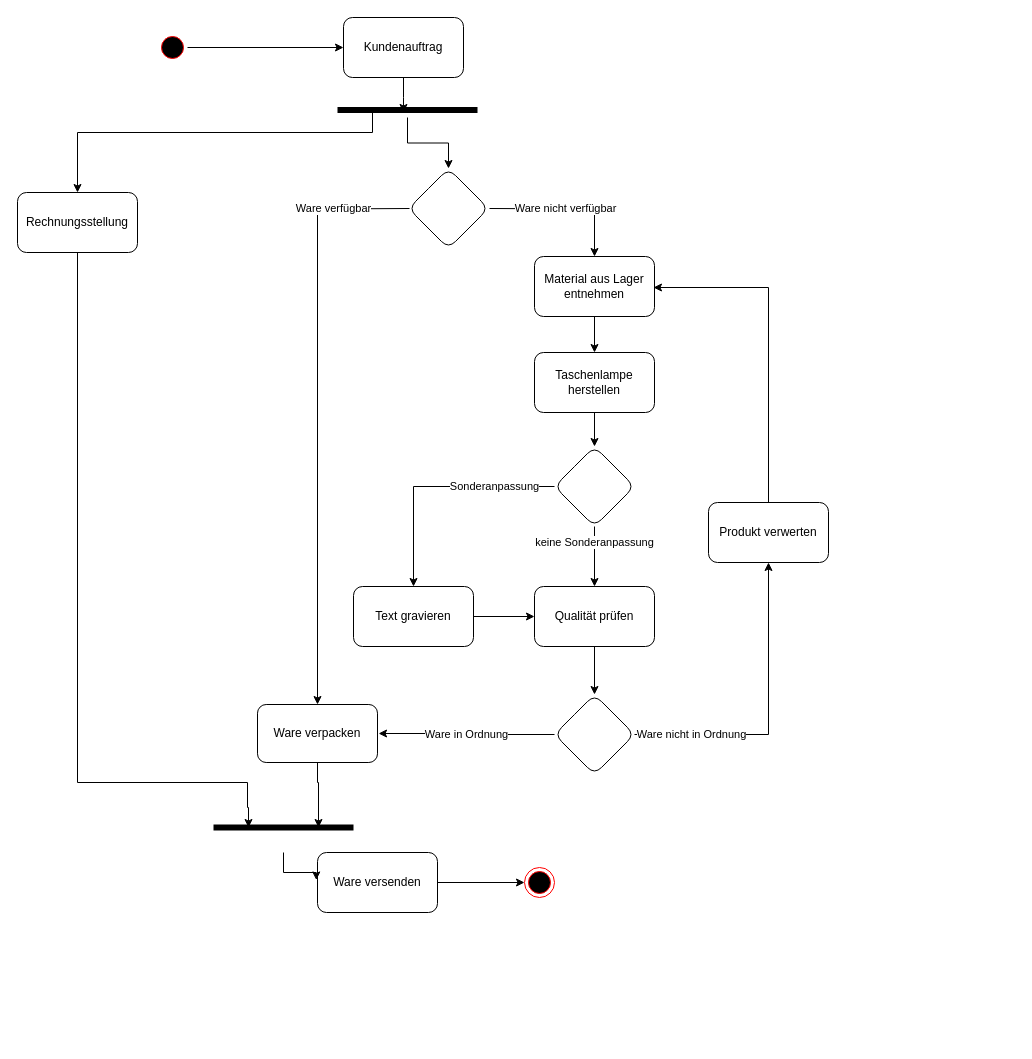
Above: page "Kopie von Seite-2" (3 of 4) of Unbenanntes Diagramm.drawio in Frododo12/Web-Technologie (draw.io), before the change. Source tidied: cells renumbered, new cells numbered last; positions are measured from the earlier drawing's top-left corner, leaving out a move shared by most shapes. Both pictures are drawn from the tidied source at 100%, with x=0, y=0 at pixel (17, 17).
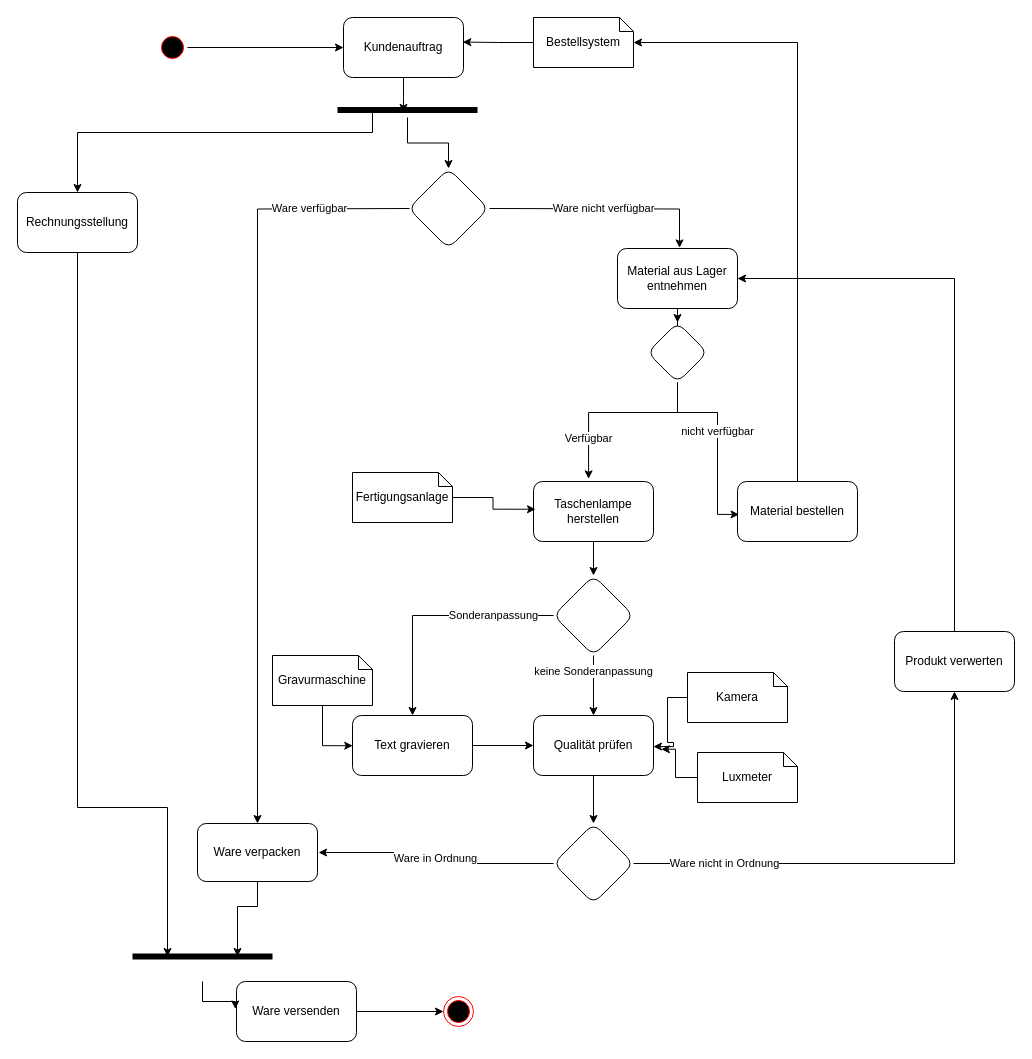
Above is the later version.

Unchanged cells that the change refers to:
```xml
<mxCell id="6" value="Kundenauftrag" style="rounded=1;whiteSpace=wrap;html=1;" parent="1" vertex="1">
  <mxGeometry x="326" width="120" height="60" as="geometry" />
</mxCell>
<mxCell id="34" value="Rechnungsstellung" style="rounded=1;whiteSpace=wrap;html=1;fillColor=rgb(255, 255, 255);strokeColor=rgb(0, 0, 0);fontColor=rgb(0, 0, 0);" parent="1" vertex="1">
  <mxGeometry y="175" width="120" height="60" as="geometry" />
</mxCell>
```

Change to the diagram source:
```diff
@@
     <mxCell id="2" style="ellipse;html=1;shape=endState;fillColor=#000000;strokeColor=#ff0000;" parent="1" vertex="1">
-      <mxGeometry x="507" y="850" width="30" height="30" as="geometry" />
+      <mxGeometry x="426" y="979" width="30" height="30" as="geometry" />
     </mxCell>
@@
     <mxCell id="8" value="Ware versenden" style="rounded=1;whiteSpace=wrap;html=1;fillColor=rgb(255, 255, 255);strokeColor=rgb(0, 0, 0);fontColor=rgb(0, 0, 0);" parent="1" vertex="1">
-      <mxGeometry x="300" y="835" width="120" height="60" as="geometry" />
+      <mxGeometry x="219" y="964" width="120" height="60" as="geometry" />
     </mxCell>
@@
-    <mxCell id="10" value="Ware nicht verfügbar" style="edgeStyle=orthogonalEdgeStyle;rounded=0;jettySize=auto;html=1;" parent="1" edge="1" target="15">
+    <mxCell id="10" value="Ware nicht verfügbar" style="edgeStyle=orthogonalEdgeStyle;rounded=0;jettySize=auto;html=1;entryX=0.517;entryY=-0.01;entryDx=0;entryDy=0;entryPerimeter=0;" parent="1" edge="1" target="15">
       <mxGeometry relative="1" as="geometry">
         <mxPoint x="472" y="191" as="sourcePoint" />
       </mxGeometry>
     </mxCell>
@@
     <mxCell id="13" value="Ware verpacken" style="rounded=1;whiteSpace=wrap;html=1;fillColor=rgb(255, 255, 255);strokeColor=rgb(0, 0, 0);fontColor=rgb(0, 0, 0);" parent="1" vertex="1">
-      <mxGeometry x="240" y="687" width="120" height="58" as="geometry" />
+      <mxGeometry x="180" y="806" width="120" height="58" as="geometry" />
     </mxCell>
-    <mxCell id="14" style="edgeStyle=orthogonalEdgeStyle;rounded=0;jettySize=auto;html=1;" parent="1" edge="1" source="15" target="17">
-      <mxGeometry relative="1" as="geometry" />
-    </mxCell>
+    <mxCell id="37" style="edgeStyle=orthogonalEdgeStyle;rounded=0;jettySize=auto;html=1;" parent="1" edge="1" source="15" target="41">
+      <mxGeometry relative="1" as="geometry" />
+    </mxCell>
     <mxCell id="15" value="Material aus Lager entnehmen" style="whiteSpace=wrap;html=1;fillColor=rgb(255, 255, 255);strokeColor=rgb(0, 0, 0);fontColor=rgb(0, 0, 0);rounded=1;" parent="1" vertex="1">
-      <mxGeometry x="517" y="239" width="120" height="60" as="geometry" />
+      <mxGeometry x="600" y="231" width="120" height="60" as="geometry" />
     </mxCell>
@@
     <mxCell id="17" value="Taschenlampe herstellen" style="whiteSpace=wrap;html=1;fillColor=rgb(255, 255, 255);strokeColor=rgb(0, 0, 0);fontColor=rgb(0, 0, 0);rounded=1;" parent="1" vertex="1">
-      <mxGeometry x="517" y="335" width="120" height="60" as="geometry" />
+      <mxGeometry x="516" y="464" width="120" height="60" as="geometry" />
     </mxCell>
     <mxCell id="18" value="Sonderanpassung&lt;br&gt;" style="edgeStyle=orthogonalEdgeStyle;rounded=0;jettySize=auto;html=1;" parent="1" edge="1" source="20" target="22">
       <mxGeometry x="-0.5" relative="1" as="geometry">
         <Array as="points">
-          <mxPoint x="507" y="469" />
-          <mxPoint x="507" y="469" />
+          <mxPoint x="506" y="598" />
+          <mxPoint x="506" y="598" />
         </Array>
       </mxGeometry>
     </mxCell>
@@
     <mxCell id="20" style="rhombus;whiteSpace=wrap;html=1;fillColor=rgb(255, 255, 255);strokeColor=rgb(0, 0, 0);fontColor=rgb(0, 0, 0);rounded=1;" parent="1" vertex="1">
-      <mxGeometry x="537" y="429" width="80" height="80" as="geometry" />
+      <mxGeometry x="536" y="558" width="80" height="80" as="geometry" />
     </mxCell>
@@
     <mxCell id="22" value="Text gravieren" style="whiteSpace=wrap;html=1;fillColor=rgb(255, 255, 255);strokeColor=rgb(0, 0, 0);fontColor=rgb(0, 0, 0);rounded=1;" parent="1" vertex="1">
-      <mxGeometry x="336" y="569" width="120" height="60" as="geometry" />
+      <mxGeometry x="335" y="698" width="120" height="60" as="geometry" />
     </mxCell>
@@
     <mxCell id="24" value="Qualität prüfen" style="whiteSpace=wrap;html=1;fillColor=rgb(255, 255, 255);strokeColor=rgb(0, 0, 0);fontColor=rgb(0, 0, 0);rounded=1;" parent="1" vertex="1">
-      <mxGeometry x="517" y="569" width="120" height="60" as="geometry" />
+      <mxGeometry x="516" y="698" width="120" height="60" as="geometry" />
     </mxCell>
@@
     <mxCell id="27" style="rhombus;whiteSpace=wrap;html=1;fillColor=rgb(255, 255, 255);strokeColor=rgb(0, 0, 0);fontColor=rgb(0, 0, 0);rounded=1;" parent="1" vertex="1">
-      <mxGeometry x="537" y="677" width="80" height="80" as="geometry" />
+      <mxGeometry x="536" y="806" width="80" height="80" as="geometry" />
     </mxCell>
-    <mxCell id="28" style="edgeStyle=orthogonalEdgeStyle;rounded=0;jettySize=auto;html=1;" parent="1" edge="1" source="29">
-      <mxGeometry relative="1" as="geometry">
-        <mxPoint x="636" y="270" as="targetPoint" />
-        <Array as="points">
-          <mxPoint x="751" y="270" />
-          <mxPoint x="638" y="270" />
-        </Array>
-      </mxGeometry>
-    </mxCell>
+    <mxCell id="38" style="edgeStyle=orthogonalEdgeStyle;rounded=0;jettySize=auto;html=1;" parent="1" edge="1" source="29">
+      <mxGeometry relative="1" as="geometry">
+        <mxPoint x="720" y="261" as="targetPoint" />
+        <Array as="points">
+          <mxPoint x="937" y="261" />
+        </Array>
+      </mxGeometry>
+    </mxCell>
     <mxCell id="29" value="Produkt verwerten" style="whiteSpace=wrap;html=1;fillColor=rgb(255, 255, 255);strokeColor=rgb(0, 0, 0);fontColor=rgb(0, 0, 0);rounded=1;" parent="1" vertex="1">
-      <mxGeometry x="691" y="485" width="120" height="60" as="geometry" />
+      <mxGeometry x="877" y="614" width="120" height="60" as="geometry" />
     </mxCell>
@@
     <mxCell id="33" style="edgeStyle=orthogonalEdgeStyle;rounded=0;jettySize=auto;html=1;entryX=0.25;entryY=0.5;entryDx=0;entryDy=0;entryPerimeter=0;" parent="1" edge="1" source="34" target="36">
       <mxGeometry relative="1" as="geometry">
         <Array as="points">
-          <mxPoint x="60" y="765" />
-          <mxPoint x="230" y="765" />
-          <mxPoint x="230" y="790" />
+          <mxPoint x="60" y="790" />
+          <mxPoint x="150" y="790" />
         </Array>
       </mxGeometry>
     </mxCell>
@@
     <mxCell id="36" style="shape=line;strokeWidth=6;strokeColor=#000000;rotation=0;" parent="1" vertex="1">
-      <mxGeometry x="196" y="785" width="140" height="50" as="geometry" />
+      <mxGeometry x="115" y="914" width="140" height="50" as="geometry" />
     </mxCell>
+    <mxCell id="39" value="Verfügbar" style="edgeStyle=orthogonalEdgeStyle;rounded=0;jettySize=auto;html=1;entryX=0.459;entryY=-0.044;entryDx=0;entryDy=0;entryPerimeter=0;" parent="1" edge="1" source="41" target="17">
+      <mxGeometry x="0.56" relative="1" as="geometry">
+        <Array as="points">
+          <mxPoint x="660" y="395" />
+          <mxPoint x="571" y="395" />
+        </Array>
+      </mxGeometry>
+    </mxCell>
+    <mxCell id="40" value="nicht verfügbar" style="edgeStyle=orthogonalEdgeStyle;rounded=0;jettySize=auto;html=1;exitX=0.5;exitY=1;exitDx=0;exitDy=0;entryX=0.013;entryY=0.549;entryDx=0;entryDy=0;entryPerimeter=0;" parent="1" edge="1" source="41" target="45">
+      <mxGeometry x="-0.08" relative="1" as="geometry">
+        <Array as="points">
+          <mxPoint x="660" y="395" />
+          <mxPoint x="700" y="395" />
+          <mxPoint x="700" y="497" />
+        </Array>
+      </mxGeometry>
+    </mxCell>
+    <mxCell id="41" style="rhombus;whiteSpace=wrap;html=1;fillColor=rgb(255, 255, 255);strokeColor=rgb(0, 0, 0);fontColor=rgb(0, 0, 0);rounded=1;" parent="1" vertex="1">
+      <mxGeometry x="630" y="305" width="60" height="60" as="geometry" />
+    </mxCell>
+    <mxCell id="42" style="edgeStyle=orthogonalEdgeStyle;rounded=0;jettySize=auto;html=1;entryX=0.994;entryY=0.409;entryDx=0;entryDy=0;entryPerimeter=0;" parent="1" edge="1" source="43" target="6">
+      <mxGeometry relative="1" as="geometry" />
+    </mxCell>
+    <mxCell id="43" value="Bestellsystem" style="shape=note;whiteSpace=wrap;size=14;" parent="1" vertex="1">
+      <mxGeometry x="516" width="100" height="50" as="geometry" />
+    </mxCell>
+    <mxCell id="44" style="edgeStyle=orthogonalEdgeStyle;rounded=0;jettySize=auto;html=1;entryX=0;entryY=0;entryDx=100;entryDy=25;entryPerimeter=0;" parent="1" edge="1" source="45" target="43">
+      <mxGeometry relative="1" as="geometry">
+        <Array as="points">
+          <mxPoint x="780" y="25" />
+        </Array>
+      </mxGeometry>
+    </mxCell>
+    <mxCell id="45" value="Material bestellen" style="whiteSpace=wrap;html=1;fillColor=rgb(255, 255, 255);strokeColor=rgb(0, 0, 0);fontColor=rgb(0, 0, 0);rounded=1;" parent="1" vertex="1">
+      <mxGeometry x="720" y="464" width="120" height="60" as="geometry" />
+    </mxCell>
+    <mxCell id="46" style="edgeStyle=orthogonalEdgeStyle;rounded=0;jettySize=auto;html=1;entryX=0.002;entryY=0.504;entryDx=0;entryDy=0;entryPerimeter=0;" parent="1" edge="1" source="47" target="22">
+      <mxGeometry relative="1" as="geometry" />
+    </mxCell>
+    <mxCell id="47" value="Gravurmaschine" style="shape=note;whiteSpace=wrap;size=14;" parent="1" vertex="1">
+      <mxGeometry x="255" y="638" width="100" height="50" as="geometry" />
+    </mxCell>
+    <mxCell id="48" style="edgeStyle=orthogonalEdgeStyle;rounded=0;jettySize=auto;html=1;entryX=0.999;entryY=0.518;entryDx=0;entryDy=0;entryPerimeter=0;" parent="1" edge="1" source="49" target="24">
+      <mxGeometry relative="1" as="geometry" />
+    </mxCell>
+    <mxCell id="49" value="Kamera" style="shape=note;whiteSpace=wrap;size=14;" parent="1" vertex="1">
+      <mxGeometry x="670" y="655" width="100" height="50" as="geometry" />
+    </mxCell>
+    <mxCell id="50" style="edgeStyle=orthogonalEdgeStyle;rounded=0;jettySize=auto;html=1;entryX=1.065;entryY=0.562;entryDx=0;entryDy=0;entryPerimeter=0;" parent="1" edge="1" source="51" target="24">
+      <mxGeometry relative="1" as="geometry" />
+    </mxCell>
+    <mxCell id="51" value="Luxmeter" style="shape=note;whiteSpace=wrap;size=14;" parent="1" vertex="1">
+      <mxGeometry x="680" y="735" width="100" height="50" as="geometry" />
+    </mxCell>
+    <mxCell id="52" style="edgeStyle=orthogonalEdgeStyle;rounded=0;jettySize=auto;html=1;entryX=0.017;entryY=0.462;entryDx=0;entryDy=0;entryPerimeter=0;" parent="1" edge="1" source="53" target="17">
+      <mxGeometry relative="1" as="geometry" />
+    </mxCell>
+    <mxCell id="53" value="Fertigungsanlage" style="shape=note;whiteSpace=wrap;size=14;" parent="1" vertex="1">
+      <mxGeometry x="335" y="455" width="100" height="50" as="geometry" />
+    </mxCell>
```
